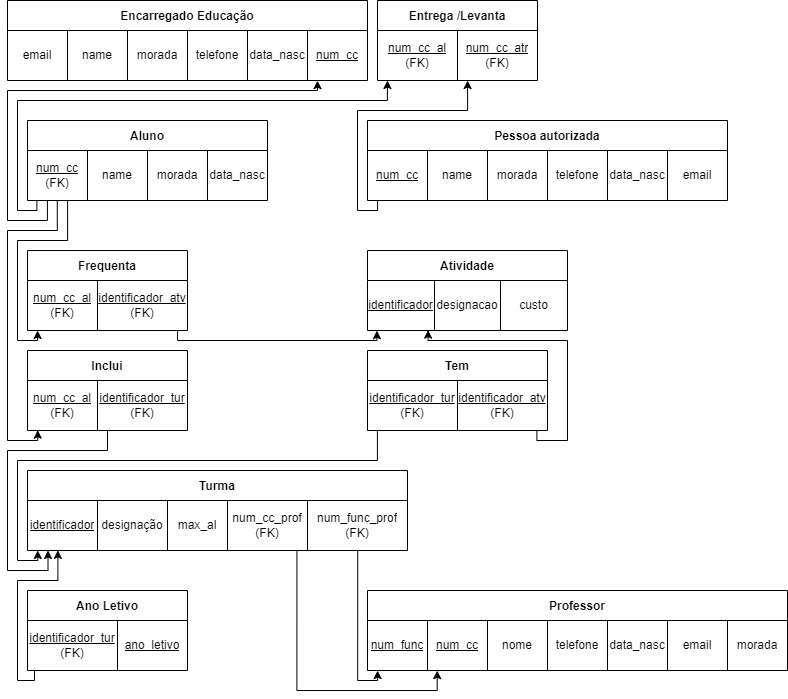
Before: P/P03/P03-3.3_2.4.drawio.png, a diagram exported from draw.io (RafaelCurado/BD-1). Source tidied: cells renumbered, new cells last; positions are measured from the earlier drawing's top-left corner, leaving out a move shared by most shapes.
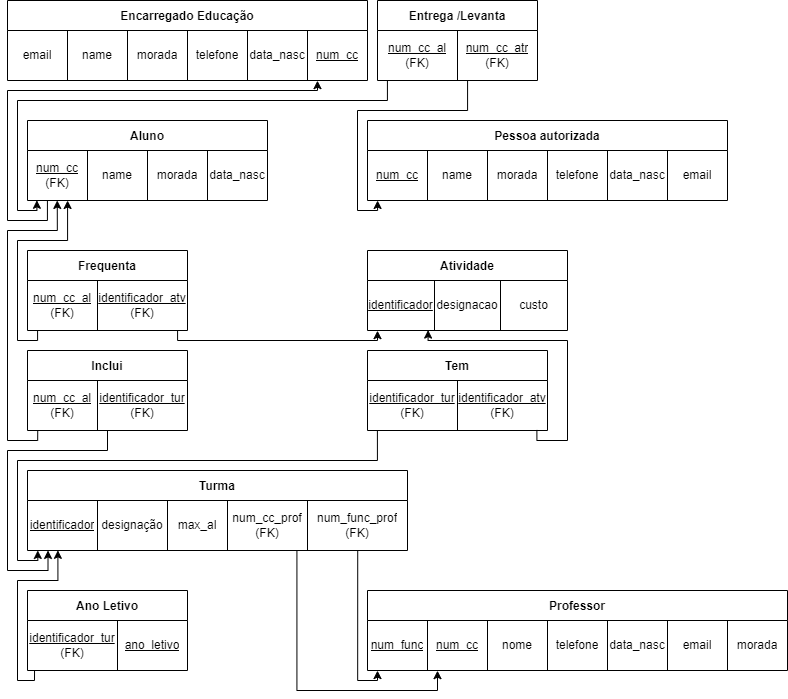
The same file after the commit.

What changed in the source:
```diff
@@ -66,7 +66,7 @@
     <mxCell id="20" value="&lt;u&gt;num_cc_atr&lt;/u&gt;&lt;br&gt;(FK)" style="shape=partialRectangle;html=1;whiteSpace=wrap;fillColor=none;top=0;left=0;bottom=0;right=0;overflow=hidden;" parent="18" vertex="1">
       <mxGeometry x="80" width="80" height="50" as="geometry" />
     </mxCell>
-    <mxCell id="21" style="endArrow=classic;html=1;rounded=0;edgeStyle=orthogonalEdgeStyle;entryX=0.062;entryY=1;entryDx=0;entryDy=0;entryPerimeter=0;exitX=0.039;exitY=0.996;exitDx=0;exitDy=0;exitPerimeter=0;" parent="1" edge="1" source="11" target="18">
+    <mxCell id="21" style="endArrow=none;html=1;rounded=0;edgeStyle=orthogonalEdgeStyle;entryX=0.062;entryY=1;entryDx=0;entryDy=0;entryPerimeter=0;exitX=0.039;exitY=0.996;exitDx=0;exitDy=0;exitPerimeter=0;endFill=0;startArrow=classic;startFill=1;" parent="1" edge="1" source="11" target="18">
       <mxGeometry relative="1" as="geometry">
         <Array as="points">
           <mxPoint x="29" y="210" />
@@ -100,7 +100,7 @@
     <mxCell id="29" value="&lt;span&gt;email&lt;/span&gt;" style="shape=partialRectangle;html=1;whiteSpace=wrap;fillColor=none;top=0;left=0;bottom=0;right=0;overflow=hidden;" parent="23" vertex="1">
       <mxGeometry x="300" width="60" height="50" as="geometry" />
     </mxCell>
-    <mxCell id="30" style="endArrow=classic;html=1;rounded=0;edgeStyle=orthogonalEdgeStyle;exitX=0.028;exitY=1;exitDx=0;exitDy=0;exitPerimeter=0;entryX=0.563;entryY=1;entryDx=0;entryDy=0;entryPerimeter=0;" parent="1" edge="1" source="23" target="18">
+    <mxCell id="30" style="endArrow=none;html=1;rounded=0;edgeStyle=orthogonalEdgeStyle;exitX=0.028;exitY=1;exitDx=0;exitDy=0;exitPerimeter=0;entryX=0.563;entryY=1;entryDx=0;entryDy=0;entryPerimeter=0;endFill=0;startArrow=classic;startFill=1;" parent="1" edge="1" source="23" target="18">
       <mxGeometry relative="1" as="geometry">
         <Array as="points">
           <mxPoint x="370" y="210" />
@@ -122,7 +122,7 @@
     <mxCell id="34" value="&lt;u&gt;identificador_atv&lt;/u&gt;&lt;br&gt;(FK)" style="shape=partialRectangle;html=1;whiteSpace=wrap;fillColor=none;top=0;left=0;bottom=0;right=0;overflow=hidden;" parent="32" vertex="1">
       <mxGeometry x="70" width="90" height="50" as="geometry" />
     </mxCell>
-    <mxCell id="35" style="endArrow=classic;html=1;rounded=0;edgeStyle=orthogonalEdgeStyle;exitX=0.167;exitY=1;exitDx=0;exitDy=0;exitPerimeter=0;entryX=0.063;entryY=1;entryDx=0;entryDy=0;entryPerimeter=0;" parent="1" edge="1" source="11" target="32">
+    <mxCell id="35" style="endArrow=none;html=1;rounded=0;edgeStyle=orthogonalEdgeStyle;exitX=0.167;exitY=1;exitDx=0;exitDy=0;exitPerimeter=0;entryX=0.063;entryY=1;entryDx=0;entryDy=0;entryPerimeter=0;endFill=0;startArrow=classic;startFill=1;" parent="1" edge="1" source="11" target="32">
       <mxGeometry relative="1" as="geometry">
         <Array as="points">
           <mxPoint x="60" y="240" />
@@ -168,7 +168,7 @@
     <mxCell id="45" value="&lt;u&gt;identificador_tur&lt;/u&gt;&lt;br&gt;(FK)" style="shape=partialRectangle;html=1;whiteSpace=wrap;fillColor=none;top=0;left=0;bottom=0;right=0;overflow=hidden;" parent="43" vertex="1">
       <mxGeometry x="70" width="90" height="50" as="geometry" />
     </mxCell>
-    <mxCell id="46" style="endArrow=classic;html=1;rounded=0;edgeStyle=orthogonalEdgeStyle;exitX=0.124;exitY=0.999;exitDx=0;exitDy=0;exitPerimeter=0;entryX=0.064;entryY=0.993;entryDx=0;entryDy=0;entryPerimeter=0;" parent="1" edge="1" source="11" target="43">
+    <mxCell id="46" style="endArrow=none;html=1;rounded=0;edgeStyle=orthogonalEdgeStyle;exitX=0.124;exitY=0.999;exitDx=0;exitDy=0;exitPerimeter=0;entryX=0.064;entryY=0.993;entryDx=0;entryDy=0;entryPerimeter=0;startArrow=classic;startFill=1;endFill=0;" parent="1" edge="1" source="11" target="43">
       <mxGeometry relative="1" as="geometry">
         <Array as="points">
           <mxPoint x="50" y="230" />
```
